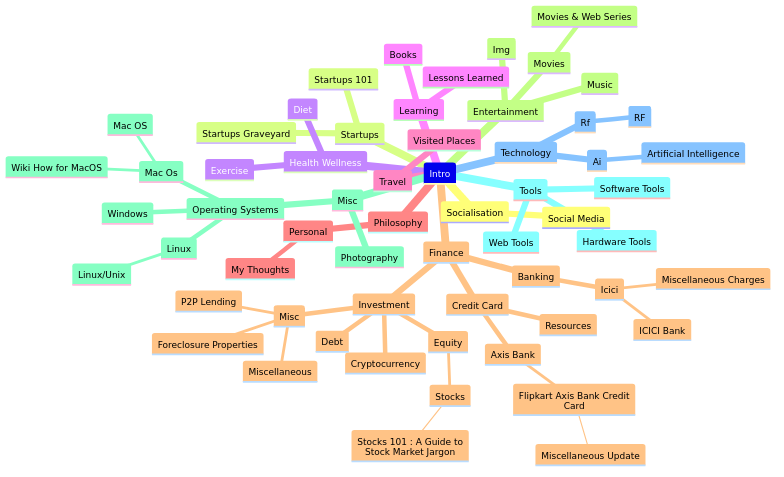
This is src/generated/mindmap.png from suryakantamangaraj/Wiki, a Mermaid export, as it was before one commit. Its source is kept beside it as mindmap.mmd. The source it was exported from:
```mermaid
mindmap
    Intro
        Socialisation
            Social Media
        Startups
            Startups Graveyard
            Startups 101
        Health Wellness
            Exercise
            Diet
        Learning
            Lessons Learned
            Books
        Travel
            Visited Places
        Philosophy
            Personal
                    My Thoughts
        Finance
            Credit Card
                Axis Bank
                    Flipkart Axis Bank Credit Card
                            Miscellaneous Update
                Resources
            Investment
                Equity
                    Stocks
                            Stocks 101 : A Guide to Stock Market Jargon
                Cryptocurrency
                Debt
                Misc
                        Miscellaneous
                        P2P Lending
                        Foreclosure Properties
            Banking
                Icici
                        ICICI Bank
                        Miscellaneous Charges
        Entertainment
            Img
            Music
            Movies
                    Movies & Web Series
        Misc
            Operating Systems
                Linux
                        Linux/Unix
                Windows
                Mac Os
                        Wiki How for MacOS
                        Mac OS
            Photography
        Tools
            Software Tools
            Hardware Tools
            Web Tools
        Technology
            Rf
                    RF
            Ai
                    Artificial Intelligence
```
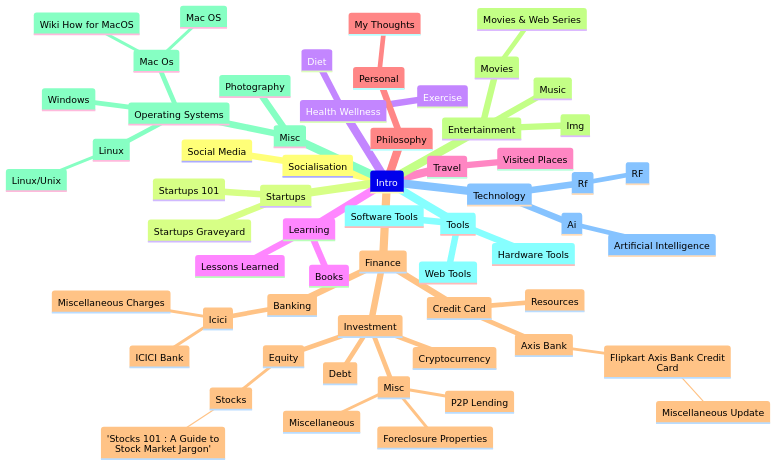
The same diagram one commit later.

Change to the diagram source:
```diff
@@ -25,7 +25,7 @@
             Investment
                 Equity
                     Stocks
-                            Stocks 101 : A Guide to Stock Market Jargon
+                            'Stocks 101 : A Guide to Stock Market Jargon'
                 Cryptocurrency
                 Debt
                 Misc
```
